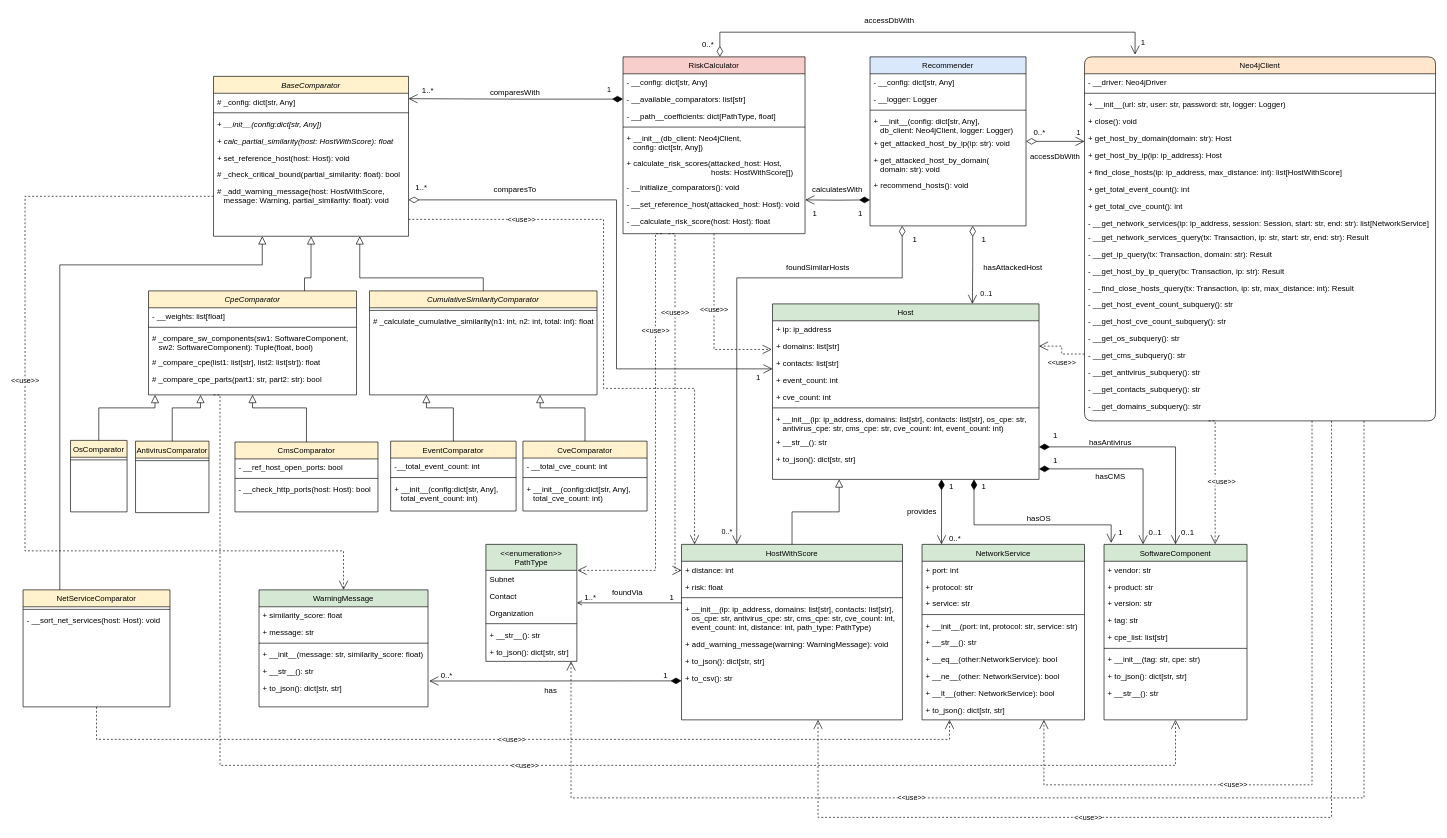
Above: diagrams/classdiagram.drawio in CSIRT-MU/CRUSOE (draw.io), before the change. Source tidied: cells renumbered, new cells numbered last; positions are measured from the earlier drawing's top-left corner, leaving out a move shared by most shapes. Both pictures are drawn from the tidied source at 65%, with x=0, y=0 at pixel (-1, 11).
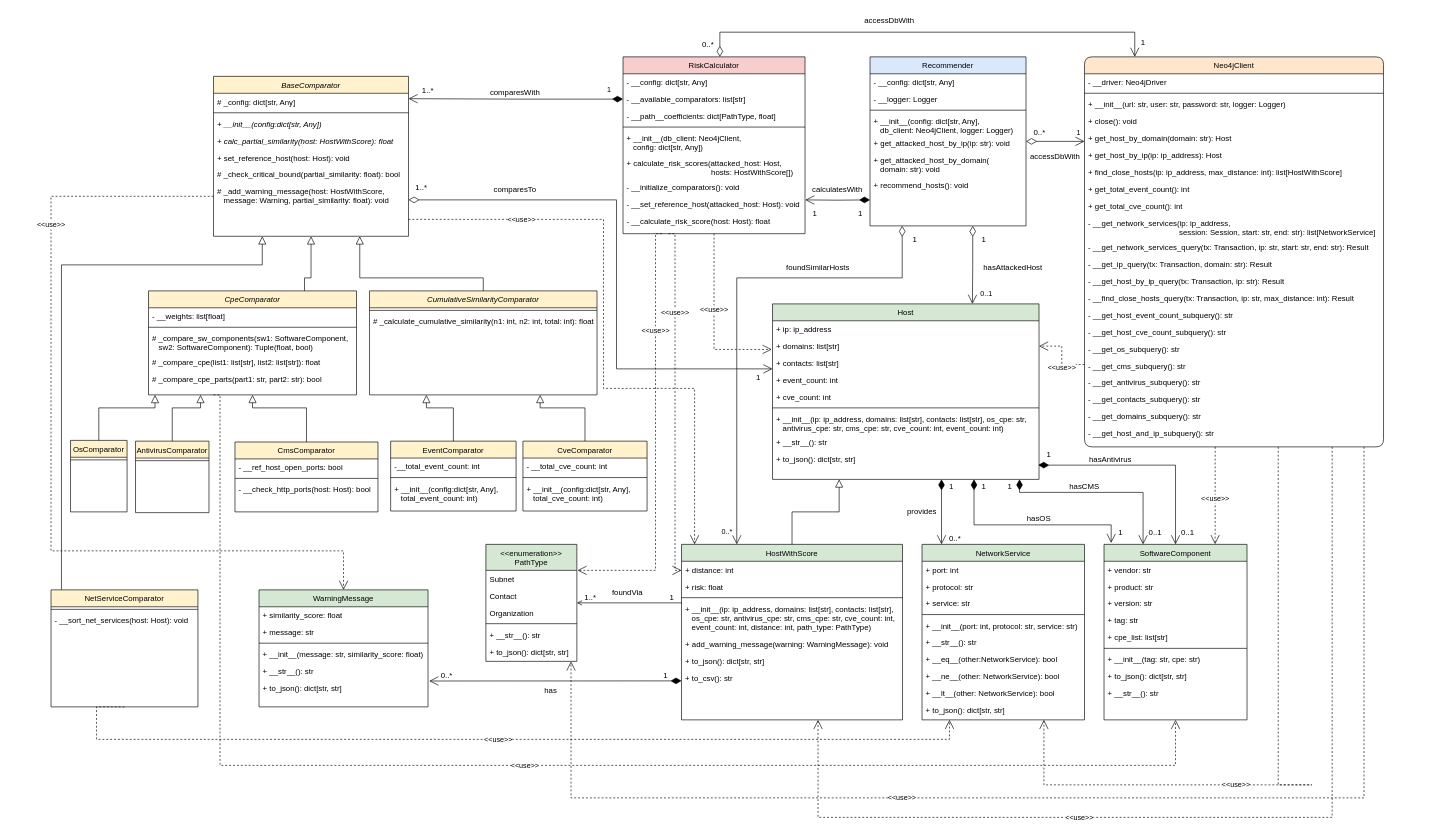
Above is the later version.

Commit message (it also covers changes not shown here):
Added sa levels and incident handling phases diagrams.

Unchanged cells that the change refers to:
```xml
<mxCell id="11" value="+ to_json(): dict[str, str]" style="text;align=left;verticalAlign=top;spacingLeft=4;spacingRight=4;overflow=hidden;points=[[0,0.5],[1,0.5]];portConstraint=eastwest;rounded=0;shadow=0;html=0;" parent="2" vertex="1">
  <mxGeometry y="226" width="410" height="26" as="geometry" />
</mxCell>
<mxCell id="51" value="SoftwareComponent" style="swimlane;fontStyle=0;align=center;verticalAlign=top;horizontal=1;startSize=26;rounded=0;shadow=0;strokeWidth=1;fillColor=#d5e8d4;strokeColor=#000000;" parent="1" vertex="1">
  <mxGeometry x="1700" y="820" width="220" height="270" as="geometry" />
</mxCell>
<mxCell id="61" value="NetworkService" style="swimlane;fontStyle=0;align=center;verticalAlign=top;horizontal=1;startSize=26;rounded=0;shadow=0;strokeWidth=1;fillColor=#d5e8d4;strokeColor=#000000;" parent="1" vertex="1">
  <mxGeometry x="1420" y="820" width="250" height="270" as="geometry" />
</mxCell>
<mxCell id="86" value="BaseComparator" style="swimlane;fontStyle=2;align=center;verticalAlign=top;horizontal=1;startSize=26;rounded=0;shadow=0;strokeWidth=1;fillColor=#fff2cc;strokeColor=#000000;" parent="1" vertex="1">
  <mxGeometry x="330" y="100" width="300" height="246" as="geometry" />
</mxCell>
<mxCell id="127" value="WarningMessage" style="swimlane;fontStyle=0;align=center;verticalAlign=top;horizontal=1;startSize=26;rounded=0;shadow=0;strokeWidth=1;fillColor=#d5e8d4;strokeColor=#000000;" parent="1" vertex="1">
  <mxGeometry x="400" y="890" width="260" height="180" as="geometry" />
</mxCell>
```

Diff of the diagram source:
```diff
@@
     <mxCell id="21" value="Neo4jClient" style="swimlane;fontStyle=0;align=center;verticalAlign=top;horizontal=1;startSize=26;rounded=1;shadow=0;strokeWidth=1;fillColor=#ffe6cc;strokeColor=#000000;" parent="1" vertex="1">
-      <mxGeometry x="1670" y="70" width="540" height="560" as="geometry" />
+      <mxGeometry x="1670" y="70" width="460" height="600" as="geometry" />
     </mxCell>
     <mxCell id="22" value="- __driver: Neo4jDriver" style="text;align=left;verticalAlign=top;spacingLeft=4;spacingRight=4;overflow=hidden;" parent="21" vertex="1">
-      <mxGeometry y="26" width="540" height="26" as="geometry" />
+      <mxGeometry y="26" width="460" height="26" as="geometry" />
     </mxCell>
     <mxCell id="23" style="line;html=1;strokeWidth=1;align=left;verticalAlign=middle;spacingTop=-1;spacingLeft=3;spacingRight=3;labelPosition=right;" parent="21" vertex="1">
-      <mxGeometry y="52" width="540" height="8" as="geometry" />
+      <mxGeometry y="52" width="460" height="8" as="geometry" />
     </mxCell>
     <mxCell id="24" value="+ __init__(url: str, user: str, password: str, logger: Logger)" style="text;align=left;verticalAlign=top;spacingLeft=4;spacingRight=4;overflow=hidden;" parent="21" vertex="1">
-      <mxGeometry y="60" width="540" height="26" as="geometry" />
+      <mxGeometry y="60" width="460" height="26" as="geometry" />
     </mxCell>
     <mxCell id="25" value="+ close(): void" style="text;align=left;verticalAlign=top;spacingLeft=4;spacingRight=4;overflow=hidden;" parent="21" vertex="1">
-      <mxGeometry y="86" width="540" height="26" as="geometry" />
+      <mxGeometry y="86" width="460" height="26" as="geometry" />
     </mxCell>
     <mxCell id="26" value="+ get_host_by_domain(domain: str): Host&#10;" style="text;align=left;verticalAlign=top;spacingLeft=4;spacingRight=4;overflow=hidden;" parent="21" vertex="1">
-      <mxGeometry y="112" width="540" height="26" as="geometry" />
+      <mxGeometry y="112" width="460" height="26" as="geometry" />
     </mxCell>
     <mxCell id="27" value="+ get_host_by_ip(ip: ip_address): Host&#10;" style="text;align=left;verticalAlign=top;spacingLeft=4;spacingRight=4;overflow=hidden;" parent="21" vertex="1">
-      <mxGeometry y="138" width="540" height="26" as="geometry" />
+      <mxGeometry y="138" width="460" height="26" as="geometry" />
     </mxCell>
     <mxCell id="28" value="+ find_close_hosts(ip: ip_address, max_distance: int): list[HostWithScore]" style="text;align=left;verticalAlign=top;spacingLeft=4;spacingRight=4;overflow=hidden;" parent="21" vertex="1">
-      <mxGeometry y="164" width="540" height="26" as="geometry" />
+      <mxGeometry y="164" width="460" height="26" as="geometry" />
     </mxCell>
     <mxCell id="29" value="+ get_total_event_count(): int" style="text;align=left;verticalAlign=top;spacingLeft=4;spacingRight=4;overflow=hidden;" parent="21" vertex="1">
-      <mxGeometry y="190" width="540" height="26" as="geometry" />
+      <mxGeometry y="190" width="460" height="26" as="geometry" />
     </mxCell>
     <mxCell id="30" value="+ get_total_cve_count(): int" style="text;align=left;verticalAlign=top;spacingLeft=4;spacingRight=4;overflow=hidden;" parent="21" vertex="1">
-      <mxGeometry y="216" width="540" height="26" as="geometry" />
+      <mxGeometry y="216" width="460" height="26" as="geometry" />
     </mxCell>
-    <mxCell id="31" value="- __get_network_services(ip: ip_address, session: Session, start: str, end: str): list[NetworkService]&#10;" style="text;align=left;verticalAlign=top;spacingLeft=4;spacingRight=4;overflow=hidden;" parent="21" vertex="1">
-      <mxGeometry y="242" width="540" height="22" as="geometry" />
+    <mxCell id="31" value="- __get_network_services(ip: ip_address, &#10;                                          session: Session, start: str, end: str): list[NetworkService]&#10;" style="text;align=left;verticalAlign=top;spacingLeft=4;spacingRight=4;overflow=hidden;" parent="21" vertex="1">
+      <mxGeometry y="242" width="460" height="38" as="geometry" />
     </mxCell>
     <mxCell id="32" value="- __get_network_services_query(tx: Transaction, ip: str, start: str, end: str): Result" style="text;align=left;verticalAlign=top;spacingLeft=4;spacingRight=4;overflow=hidden;" parent="21" vertex="1">
-      <mxGeometry y="264" width="540" height="26" as="geometry" />
+      <mxGeometry y="280" width="460" height="26" as="geometry" />
     </mxCell>
     <mxCell id="33" value="- __get_ip_query(tx: Transaction, domain: str): Result" style="text;align=left;verticalAlign=top;spacingLeft=4;spacingRight=4;overflow=hidden;" parent="21" vertex="1">
-      <mxGeometry y="290" width="540" height="26" as="geometry" />
+      <mxGeometry y="306" width="460" height="26" as="geometry" />
     </mxCell>
     <mxCell id="34" value="- __get_host_by_ip_query(tx: Transaction, ip: str): Result" style="text;align=left;verticalAlign=top;spacingLeft=4;spacingRight=4;overflow=hidden;" parent="21" vertex="1">
-      <mxGeometry y="316" width="540" height="26" as="geometry" />
+      <mxGeometry y="332" width="460" height="26" as="geometry" />
     </mxCell>
     <mxCell id="35" value="- __find_close_hosts_query(tx: Transaction, ip: str, max_distance: int): Result " style="text;align=left;verticalAlign=top;spacingLeft=4;spacingRight=4;overflow=hidden;" parent="21" vertex="1">
-      <mxGeometry y="342" width="540" height="26" as="geometry" />
+      <mxGeometry y="358" width="460" height="26" as="geometry" />
     </mxCell>
     <mxCell id="36" value="- __get_host_event_count_subquery(): str" style="text;align=left;verticalAlign=top;spacingLeft=4;spacingRight=4;overflow=hidden;" parent="21" vertex="1">
-      <mxGeometry y="368" width="540" height="26" as="geometry" />
+      <mxGeometry y="384" width="460" height="26" as="geometry" />
     </mxCell>
     <mxCell id="37" value="- __get_host_cve_count_subquery(): str" style="text;align=left;verticalAlign=top;spacingLeft=4;spacingRight=4;overflow=hidden;" parent="21" vertex="1">
-      <mxGeometry y="394" width="540" height="26" as="geometry" />
+      <mxGeometry y="410" width="460" height="26" as="geometry" />
     </mxCell>
     <mxCell id="38" value="- __get_os_subquery(): str" style="text;align=left;verticalAlign=top;spacingLeft=4;spacingRight=4;overflow=hidden;" parent="21" vertex="1">
-      <mxGeometry y="420" width="540" height="26" as="geometry" />
+      <mxGeometry y="436" width="460" height="26" as="geometry" />
     </mxCell>
     <mxCell id="39" value="- __get_cms_subquery(): str" style="text;align=left;verticalAlign=top;spacingLeft=4;spacingRight=4;overflow=hidden;points=[[0,0.5],[1,0.5]];portConstraint=eastwest;" parent="21" vertex="1">
-      <mxGeometry y="446" width="540" height="26" as="geometry" />
+      <mxGeometry y="462" width="460" height="26" as="geometry" />
     </mxCell>
     <mxCell id="40" value="- __get_antivirus_subquery(): str" style="text;align=left;verticalAlign=top;spacingLeft=4;spacingRight=4;overflow=hidden;" parent="21" vertex="1">
-      <mxGeometry y="472" width="540" height="26" as="geometry" />
+      <mxGeometry y="488" width="460" height="26" as="geometry" />
     </mxCell>
     <mxCell id="41" value="- __get_contacts_subquery(): str" style="text;align=left;verticalAlign=top;spacingLeft=4;spacingRight=4;overflow=hidden;" parent="21" vertex="1">
-      <mxGeometry y="498" width="540" height="26" as="geometry" />
+      <mxGeometry y="514" width="460" height="26" as="geometry" />
     </mxCell>
     <mxCell id="42" value="- __get_domains_subquery(): str" style="text;align=left;verticalAlign=top;spacingLeft=4;spacingRight=4;overflow=hidden;" parent="21" vertex="1">
-      <mxGeometry y="524" width="540" height="26" as="geometry" />
+      <mxGeometry y="540" width="460" height="26" as="geometry" />
     </mxCell>
+    <mxCell id="200" value="- __get_host_and_ip_subquery(): str" style="text;align=left;verticalAlign=top;spacingLeft=4;spacingRight=4;overflow=hidden;" parent="21" vertex="1">
+      <mxGeometry y="566" width="460" height="26" as="geometry" />
+    </mxCell>
@@
     <mxCell id="120" value="NetServiceComparator" style="swimlane;fontStyle=0;align=center;verticalAlign=top;horizontal=1;startSize=26;rounded=0;shadow=0;strokeWidth=1;fillColor=#fff2cc;strokeColor=#000000;" parent="1" vertex="1">
-      <mxGeometry x="37" y="890" width="226" height="180" as="geometry" />
+      <mxGeometry x="80" y="890" width="226" height="180" as="geometry" />
     </mxCell>
@@
-    <mxCell id="125" style="endArrow=block;endSize=10;endFill=0;shadow=0;strokeWidth=1;rounded=0;edgeStyle=elbowEdgeStyle;elbow=vertical;exitX=0.25;exitY=0;exitDx=0;exitDy=0;entryX=0.25;entryY=1;entryDx=0;entryDy=0;" parent="1" edge="1" source="120" target="86">
+    <mxCell id="125" style="endArrow=block;endSize=10;endFill=0;shadow=0;strokeWidth=1;rounded=0;edgeStyle=elbowEdgeStyle;elbow=vertical;exitX=0.071;exitY=-0.002;exitDx=0;exitDy=0;entryX=0.25;entryY=1;entryDx=0;entryDy=0;exitPerimeter=0;" parent="1" edge="1" source="120" target="86">
       <mxGeometry relative="1" as="geometry">
         <Array as="points">
           <mxPoint x="110" y="390" />
           <mxPoint x="70" y="840" />
           <mxPoint x="30" y="790" />
           <mxPoint y="410" />
           <mxPoint x="280" y="390" />
           <mxPoint x="240" y="380" />
           <mxPoint x="650" y="430" />
           <mxPoint x="577" y="470" />
           <mxPoint x="544" y="390" />
           <mxPoint x="527" y="400" />
           <mxPoint x="494" y="460" />
           <mxPoint x="477" y="430" />
         </Array>
       </mxGeometry>
     </mxCell>
     <mxCell id="126" value="hasAntivirus" style="text;html=1;strokeColor=none;fillColor=none;align=center;verticalAlign=middle;whiteSpace=wrap;rounded=0;" parent="1" vertex="1">
-      <mxGeometry x="1680" y="651.9" width="60" height="21.2" as="geometry" />
+      <mxGeometry x="1680" y="680" width="60" height="20" as="geometry" />
     </mxCell>
@@
-    <mxCell id="154" style="endArrow=open;html=1;endSize=12;startArrow=diamondThin;startSize=14;startFill=1;edgeStyle=orthogonalEdgeStyle;align=left;verticalAlign=bottom;rounded=0;entryX=0.5;entryY=0;entryDx=0;entryDy=0;" parent="1" edge="1" target="51">
+    <mxCell id="154" style="endArrow=open;html=1;endSize=12;startArrow=diamondThin;startSize=14;startFill=1;edgeStyle=orthogonalEdgeStyle;align=left;verticalAlign=bottom;rounded=0;entryX=0.5;entryY=0;entryDx=0;entryDy=0;exitX=0.997;exitY=0.849;exitDx=0;exitDy=0;exitPerimeter=0;" parent="1" edge="1" source="11" target="51">
       <mxGeometry x="-0.95" y="5" relative="1" as="geometry">
-        <mxPoint x="1600" y="670" as="sourcePoint" />
         <Array as="points">
-          <mxPoint x="1810" y="670" />
+          <mxPoint x="1810" y="698" />
         </Array>
       </mxGeometry>
     </mxCell>
@@
-    <mxCell id="156" style="endArrow=open;html=1;endSize=12;startArrow=diamondThin;startSize=14;startFill=1;edgeStyle=orthogonalEdgeStyle;align=left;verticalAlign=bottom;rounded=0;entryX=0.273;entryY=0;entryDx=0;entryDy=0;entryPerimeter=0;exitX=1;exitY=1.071;exitDx=0;exitDy=0;exitPerimeter=0;" parent="1" edge="1" source="11" target="51">
+    <mxCell id="156" style="endArrow=open;html=1;endSize=12;startArrow=diamondThin;startSize=14;startFill=1;edgeStyle=orthogonalEdgeStyle;align=left;verticalAlign=bottom;rounded=0;entryX=0.273;entryY=0;entryDx=0;entryDy=0;entryPerimeter=0;" parent="1" edge="1" target="51">
       <mxGeometry x="-0.95" y="7" relative="1" as="geometry">
+        <mxPoint x="1570" y="720" as="sourcePoint" />
         <Array as="points">
-          <mxPoint x="1760" y="704" />
+          <mxPoint x="1570" y="740" />
+          <mxPoint x="1760" y="740" />
         </Array>
       </mxGeometry>
     </mxCell>
@@
     <mxCell id="159" value="hasCMS" style="text;html=1;strokeColor=none;fillColor=none;align=center;verticalAlign=middle;whiteSpace=wrap;rounded=0;" parent="1" vertex="1">
-      <mxGeometry x="1680" y="705.6" width="60" height="21.2" as="geometry" />
+      <mxGeometry x="1640" y="720" width="60" height="21.2" as="geometry" />
     </mxCell>
@@
     <mxCell id="162" value="1" style="align=left;verticalAlign=bottom;labelBackgroundColor=none;fontSize=12;" parent="1" vertex="1">
-      <mxGeometry x="1620" y="700" as="geometry" />
+      <mxGeometry x="1550" y="740" as="geometry" />
     </mxCell>
     <mxCell id="163" value="1" style="align=left;verticalAlign=bottom;labelBackgroundColor=none;fontSize=12;" parent="1" vertex="1">
-      <mxGeometry x="1620" y="661.2" as="geometry" />
+      <mxGeometry x="1610" y="690" as="geometry" />
     </mxCell>
@@
-    <mxCell id="185" style="endArrow=open;html=1;endSize=12;startArrow=diamondThin;startSize=14;startFill=0;edgeStyle=orthogonalEdgeStyle;align=left;verticalAlign=bottom;rounded=0;entryX=0.144;entryY=-0.006;entryDx=0;entryDy=0;entryPerimeter=0;" parent="1" edge="1" target="21">
+    <mxCell id="185" style="endArrow=open;html=1;endSize=12;startArrow=diamondThin;startSize=14;startFill=0;edgeStyle=orthogonalEdgeStyle;align=left;verticalAlign=bottom;rounded=0;entryX=0.168;entryY=0;entryDx=0;entryDy=0;entryPerimeter=0;" parent="1" edge="1" target="21">
       <mxGeometry x="0.7" y="20" relative="1" as="geometry">
         <mxPoint x="1109" y="70" as="sourcePoint" />
         <Array as="points">
           <mxPoint x="1109" y="32" />
-          <mxPoint x="1748" y="32" />
+          <mxPoint x="1747" y="32" />
         </Array>
       </mxGeometry>
     </mxCell>
@@
     <mxCell id="195" value="&amp;lt;&amp;lt;use&amp;gt;&amp;gt;" style="endArrow=open;endSize=12;dashed=1;html=1;rounded=0;edgeStyle=orthogonalEdgeStyle;entryX=0.75;entryY=1;entryDx=0;entryDy=0;" parent="1" edge="1" target="61">
       <mxGeometry x="0.27" relative="1" as="geometry">
-        <mxPoint x="2020" y="630" as="sourcePoint" />
+        <mxPoint x="1968" y="670" as="sourcePoint" />
         <Array as="points">
           <mxPoint x="2020" y="1190" />
           <mxPoint x="1608" y="1190" />
           <mxPoint x="1608" y="1090" />
         </Array>
       </mxGeometry>
     </mxCell>
     <mxCell id="196" value="&amp;lt;&amp;lt;use&amp;gt;&amp;gt;" style="endArrow=open;endSize=12;dashed=1;html=1;rounded=0;edgeStyle=orthogonalEdgeStyle;" parent="1" edge="1">
       <mxGeometry x="0.27" relative="1" as="geometry">
-        <mxPoint x="2050" y="630" as="sourcePoint" />
+        <mxPoint x="2051" y="670" as="sourcePoint" />
         <mxPoint x="1260" y="1090" as="targetPoint" />
         <Array as="points">
-          <mxPoint x="2050" y="1240" />
+          <mxPoint x="2051" y="1240" />
           <mxPoint x="1260" y="1240" />
         </Array>
       </mxGeometry>
     </mxCell>
     <mxCell id="197" value="&amp;lt;&amp;lt;use&amp;gt;&amp;gt;" style="endArrow=open;endSize=12;dashed=1;html=1;rounded=0;edgeStyle=orthogonalEdgeStyle;" parent="1" edge="1">
       <mxGeometry x="0.27" relative="1" as="geometry">
-        <mxPoint x="2100" y="630" as="sourcePoint" />
+        <mxPoint x="2100" y="670" as="sourcePoint" />
         <mxPoint x="880" y="1000" as="targetPoint" />
         <Array as="points">
           <mxPoint x="2100" y="1210" />
           <mxPoint x="880" y="1210" />
         </Array>
       </mxGeometry>
     </mxCell>
     <mxCell id="198" value="&amp;lt;&amp;lt;use&amp;gt;&amp;gt;" style="endArrow=open;endSize=12;dashed=1;html=1;rounded=0;edgeStyle=orthogonalEdgeStyle;exitX=0;exitY=0.75;exitDx=0;exitDy=0;entryX=0.5;entryY=0;entryDx=0;entryDy=0;" parent="1" edge="1" source="86" target="127">
-      <mxGeometry x="-0.17" relative="1" as="geometry">
+      <mxGeometry x="-0.55" relative="1" as="geometry">
         <Array as="points">
-          <mxPoint x="40" y="284" />
-          <mxPoint x="40" y="830" />
+          <mxPoint x="80" y="285" />
+          <mxPoint x="80" y="830" />
           <mxPoint x="530" y="830" />
         </Array>
-        <mxPoint y="-1" as="offset" />
       </mxGeometry>
     </mxCell>
     <mxCell id="199" value="&amp;lt;&amp;lt;use&amp;gt;&amp;gt;" style="endArrow=open;endSize=12;dashed=1;html=1;rounded=0;edgeStyle=orthogonalEdgeStyle;entryX=0.777;entryY=-0.001;entryDx=0;entryDy=0;entryPerimeter=0;" parent="1" edge="1" target="51">
-      <mxGeometry x="0.03" y="10" relative="1" as="geometry">
-        <mxPoint x="1861" y="630" as="sourcePoint" />
+      <mxGeometry x="0.07" relative="1" as="geometry">
+        <mxPoint x="1871" y="670" as="sourcePoint" />
         <Array as="points">
-          <mxPoint x="1871" y="630" />
+          <mxPoint x="1871" y="680" />
         </Array>
       </mxGeometry>
     </mxCell>
```
